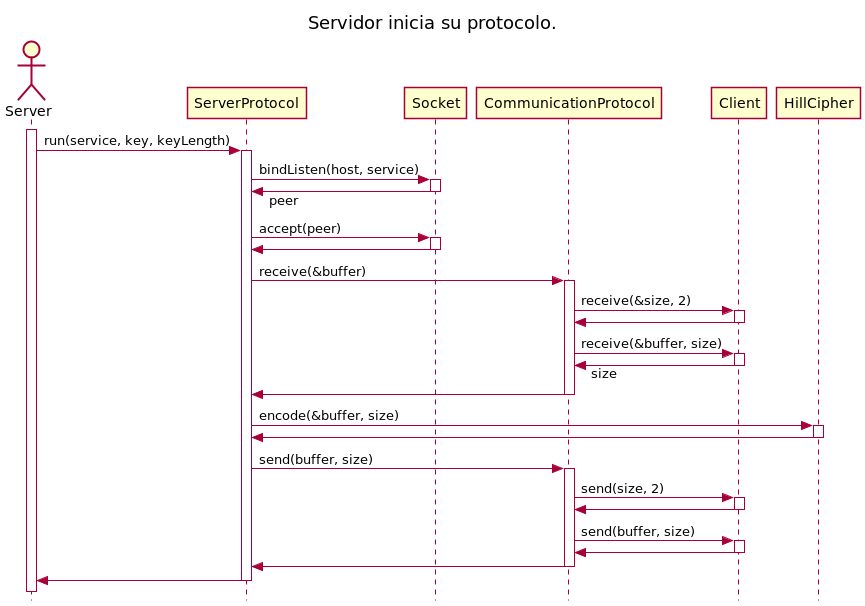
DanieLovera/TallerProgramacion-TP1 keeps this PlantUML diagram as images/diagrama_03-Servidor_inicia_su_protocolo_.png. Above is the earlier version. Source of this version:
```plantuml
@startuml
skinparam style strictuml
skinparam responseMessageBelowArrow true
title Servidor inicia su protocolo.

actor Server
Server++
Server -> ServerProtocol++: run(service, key, keyLength)
ServerProtocol -> Socket++: bindListen(host, service)
Socket -> ServerProtocol--: peer
ServerProtocol -> Socket++: accept(peer)
Socket -> ServerProtocol--
ServerProtocol -> CommunicationProtocol++: receive(&buffer)
CommunicationProtocol -> Client++: receive(&size, 2)
Client -> CommunicationProtocol--
CommunicationProtocol -> Client++: receive(&buffer, size)
Client -> CommunicationProtocol--:size
CommunicationProtocol -> ServerProtocol--
ServerProtocol -> HillCipher++: encode(&buffer, size)
HillCipher -> ServerProtocol--
ServerProtocol -> CommunicationProtocol++: send(buffer, size)
CommunicationProtocol -> Client++: send(size, 2)
Client -> CommunicationProtocol--
CommunicationProtocol -> Client++: send(buffer, size)
Client -> CommunicationProtocol--
CommunicationProtocol -> ServerProtocol--
ServerProtocol -> Server--
@enduml
```
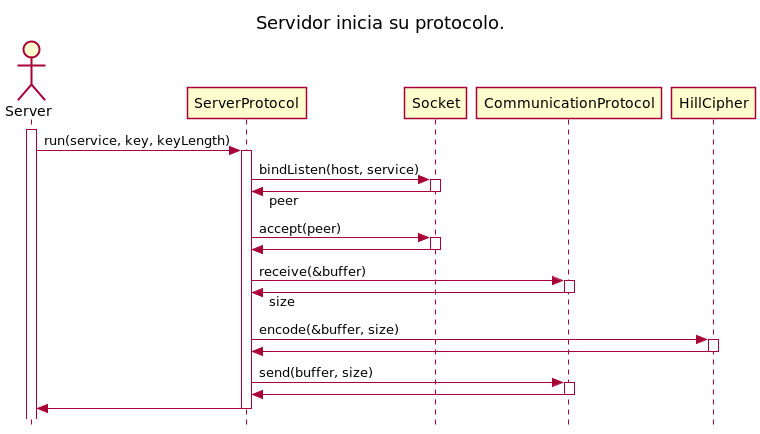
The same diagram one commit later.

Change to the diagram source:
```diff
@@ -11,18 +11,12 @@
 ServerProtocol -> Socket++: accept(peer)
 Socket -> ServerProtocol--
 ServerProtocol -> CommunicationProtocol++: receive(&buffer)
-CommunicationProtocol -> Client++: receive(&size, 2)
-Client -> CommunicationProtocol--
-CommunicationProtocol -> Client++: receive(&buffer, size)
-Client -> CommunicationProtocol--:size
-CommunicationProtocol -> ServerProtocol--
+
+CommunicationProtocol -> ServerProtocol--: size
 ServerProtocol -> HillCipher++: encode(&buffer, size)
 HillCipher -> ServerProtocol--
 ServerProtocol -> CommunicationProtocol++: send(buffer, size)
-CommunicationProtocol -> Client++: send(size, 2)
-Client -> CommunicationProtocol--
-CommunicationProtocol -> Client++: send(buffer, size)
-Client -> CommunicationProtocol--
+
 CommunicationProtocol -> ServerProtocol--
 ServerProtocol -> Server--
 @enduml
```
